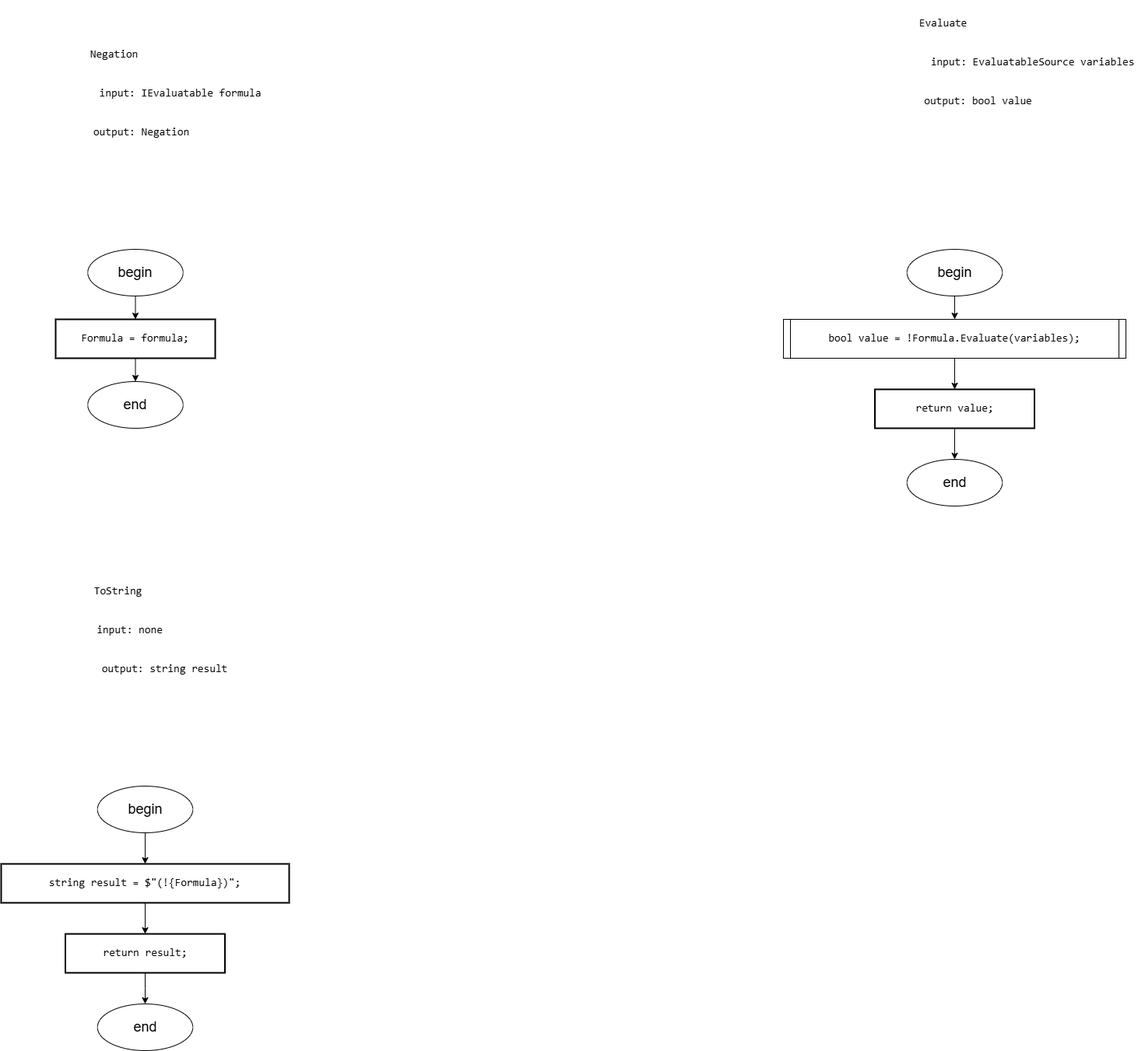
Earlier version of the draw.io export Diagrams/images/Negation.drawio.png (slavikovics/FictionalVariables). Source tidied: cells renumbered, new cells last; positions are measured from the earlier drawing's top-left corner, leaving out a move shared by most shapes.
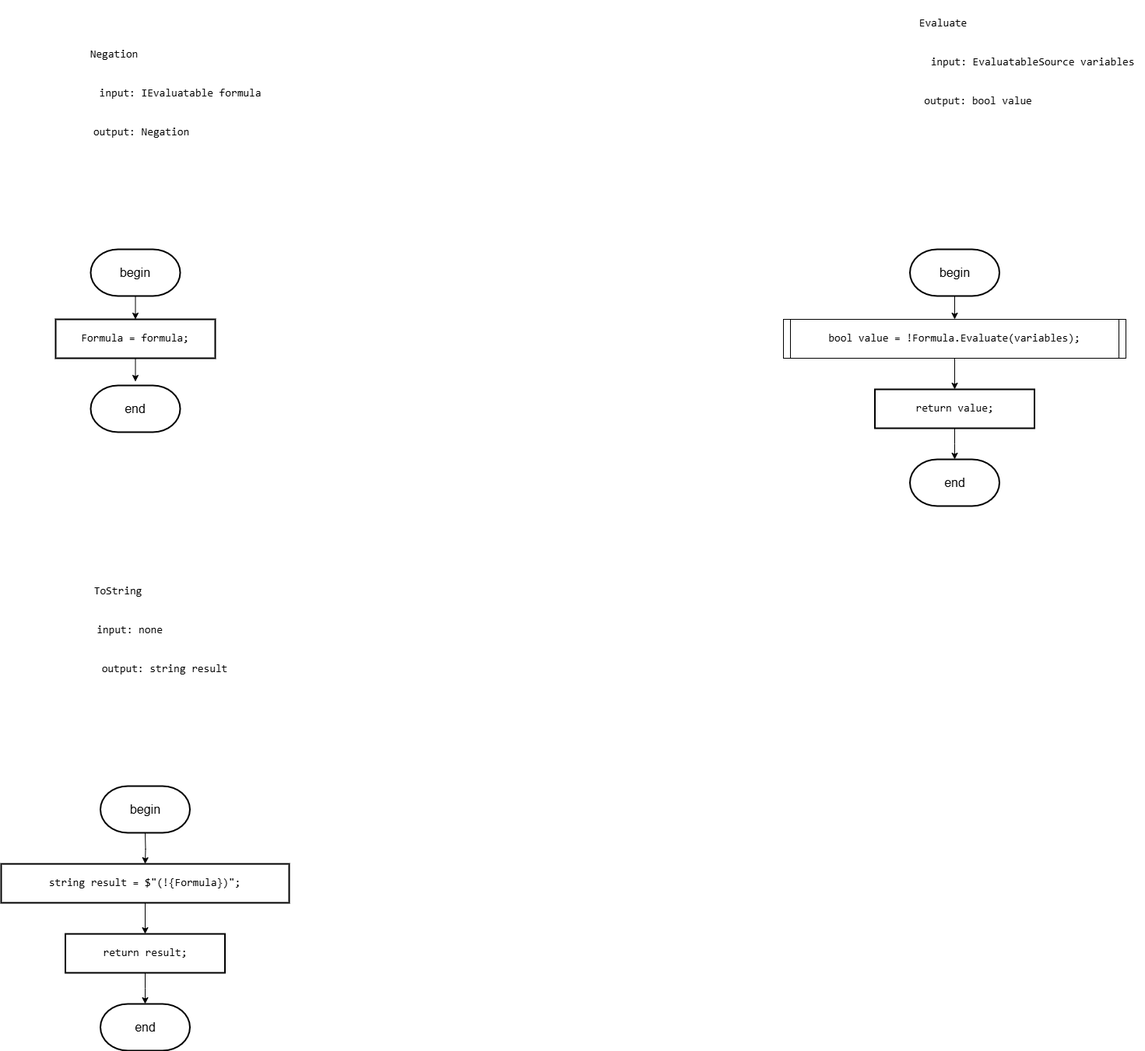
The same file after the commit.

Change to the diagram source:
```diff
@@ -5,8 +5,10 @@
     <mxCell id="2" value="&lt;pre style=&quot;font-family: &amp;quot;JetBrains Mono&amp;quot;, monospace;&quot;&gt;&lt;font style=&quot;&quot;&gt;Negation&lt;/font&gt;&lt;/pre&gt;" style="text;html=1;align=center;verticalAlign=middle;strokeColor=none;fillColor=none;fontSize=14;labelBackgroundColor=none;fontColor=#000000;" parent="1" vertex="1">
       <mxGeometry x="100" y="40" width="90" height="60" as="geometry" />
     </mxCell>
-    <mxCell id="3" style="edgeStyle=orthogonalEdgeStyle;rounded=0;jettySize=auto;html=1;exitX=0.5;exitY=1;exitDx=0;exitDy=0;entryX=0.5;entryY=0;entryDx=0;entryDy=0;" parent="1" edge="1" source="4" target="23">
-      <mxGeometry relative="1" as="geometry" />
+    <mxCell id="3" style="edgeStyle=orthogonalEdgeStyle;rounded=0;jettySize=auto;html=1;exitX=0.5;exitY=1;exitDx=0;exitDy=0;entryX=0.5;entryY=0;entryDx=0;entryDy=0;" parent="1" edge="1" source="4">
+      <mxGeometry relative="1" as="geometry">
+        <mxPoint x="172.5" y="490" as="targetPoint" />
+      </mxGeometry>
     </mxCell>
     <mxCell id="4" value="&lt;div style=&quot;&quot;&gt;&lt;pre style=&quot;font-family: &amp;quot;JetBrains Mono&amp;quot;, monospace;&quot;&gt;&lt;div&gt;&lt;pre style=&quot;font-family: &amp;quot;JetBrains Mono&amp;quot;, monospace;&quot;&gt;Formula = &lt;span style=&quot;&quot;&gt;formula&lt;/span&gt;;&lt;/pre&gt;&lt;/div&gt;&lt;/pre&gt;&lt;/div&gt;" style="rounded=0;whiteSpace=wrap;html=1;absoluteArcSize=1;arcSize=14;strokeWidth=2;fontSize=14;labelBackgroundColor=none;fontColor=#000000;" parent="1" vertex="1">
       <mxGeometry x="70" y="410" width="205" height="50" as="geometry" />
@@ -47,44 +49,54 @@
     <mxCell id="16" value="&lt;pre style=&quot;font-family: &amp;quot;JetBrains Mono&amp;quot;, monospace;&quot;&gt;&lt;div&gt;&lt;pre style=&quot;font-family: &amp;quot;JetBrains Mono&amp;quot;, monospace;&quot;&gt;&lt;span style=&quot;&quot;&gt;bool &lt;/span&gt;value = !Formula.Evaluate(variables);&lt;/pre&gt;&lt;/div&gt;&lt;/pre&gt;" style="shape=process;whiteSpace=wrap;html=1;backgroundOutline=1;size=0.0202020202020202;fontSize=14;labelBackgroundColor=none;fontColor=#000000;" parent="1" vertex="1">
       <mxGeometry x="1005" y="410" width="440" height="50" as="geometry" />
     </mxCell>
-    <mxCell id="17" style="edgeStyle=orthogonalEdgeStyle;rounded=0;jettySize=auto;html=1;exitX=0.5;exitY=1;exitDx=0;exitDy=0;entryX=0.5;entryY=0;entryDx=0;entryDy=0;" parent="1" edge="1" source="18" target="26">
-      <mxGeometry relative="1" as="geometry" />
+    <mxCell id="17" style="edgeStyle=orthogonalEdgeStyle;rounded=0;jettySize=auto;html=1;exitX=0.5;exitY=1;exitDx=0;exitDy=0;entryX=0.5;entryY=0;entryDx=0;entryDy=0;" parent="1" edge="1" source="18">
+      <mxGeometry relative="1" as="geometry">
+        <mxPoint x="1225" y="590" as="targetPoint" />
+      </mxGeometry>
     </mxCell>
     <mxCell id="18" value="&lt;div style=&quot;&quot;&gt;&lt;pre style=&quot;font-family: &amp;quot;JetBrains Mono&amp;quot;, monospace;&quot;&gt;&lt;pre style=&quot;font-family: &amp;quot;JetBrains Mono&amp;quot;, monospace;&quot;&gt;&lt;div&gt;&lt;pre style=&quot;font-family: &amp;quot;JetBrains Mono&amp;quot;, monospace;&quot;&gt;&lt;span style=&quot;&quot;&gt;return &lt;/span&gt;value;&lt;/pre&gt;&lt;/div&gt;&lt;/pre&gt;&lt;/pre&gt;&lt;/div&gt;" style="rounded=0;whiteSpace=wrap;html=1;absoluteArcSize=1;arcSize=14;strokeWidth=2;fontSize=14;labelBackgroundColor=none;fontColor=#000000;" parent="1" vertex="1">
       <mxGeometry x="1122.5" y="500" width="205" height="50" as="geometry" />
     </mxCell>
-    <mxCell id="19" style="edgeStyle=orthogonalEdgeStyle;rounded=0;jettySize=auto;html=1;exitX=0.5;exitY=1;exitDx=0;exitDy=0;" parent="1" edge="1" source="20" target="29">
-      <mxGeometry relative="1" as="geometry" />
+    <mxCell id="19" style="edgeStyle=orthogonalEdgeStyle;rounded=0;jettySize=auto;html=1;exitX=0.5;exitY=1;exitDx=0;exitDy=0;" parent="1" edge="1" source="20">
+      <mxGeometry relative="1" as="geometry">
+        <mxPoint x="185" y="1290" as="targetPoint" />
+      </mxGeometry>
     </mxCell>
     <mxCell id="20" value="&lt;div style=&quot;&quot;&gt;&lt;pre style=&quot;font-family: &amp;quot;JetBrains Mono&amp;quot;, monospace;&quot;&gt;&lt;pre style=&quot;font-family: &amp;quot;JetBrains Mono&amp;quot;, monospace;&quot;&gt;&lt;pre style=&quot;font-family: &amp;quot;JetBrains Mono&amp;quot;, monospace;&quot;&gt;&lt;span style=&quot;&quot;&gt;return &lt;/span&gt;result;&lt;br&gt;&lt;/pre&gt;&lt;/pre&gt;&lt;/pre&gt;&lt;/div&gt;" style="rounded=0;whiteSpace=wrap;html=1;absoluteArcSize=1;arcSize=14;strokeWidth=2;fontSize=14;labelBackgroundColor=none;fontColor=#000000;" parent="1" vertex="1">
       <mxGeometry x="82.5" y="1200" width="205" height="50" as="geometry" />
     </mxCell>
-    <mxCell id="21" style="edgeStyle=orthogonalEdgeStyle;rounded=0;jettySize=auto;html=1;exitX=0.5;exitY=1;exitDx=0;exitDy=0;entryX=0.5;entryY=0;entryDx=0;entryDy=0;" parent="1" edge="1" source="22" target="4">
-      <mxGeometry relative="1" as="geometry" />
+    <mxCell id="21" style="edgeStyle=orthogonalEdgeStyle;rounded=0;jettySize=auto;html=1;exitX=0.5;exitY=1;exitDx=0;exitDy=0;entryX=0.5;entryY=0;entryDx=0;entryDy=0;" parent="1" edge="1" target="4">
+      <mxGeometry relative="1" as="geometry">
+        <mxPoint x="172.5" y="380" as="sourcePoint" />
+      </mxGeometry>
     </mxCell>
-    <mxCell id="22" value="&lt;font style=&quot;font-size: 18px;&quot;&gt;begin&lt;/font&gt;" style="ellipse;whiteSpace=wrap;html=1;" parent="1" vertex="1">
-      <mxGeometry x="111.2" y="320" width="122.5" height="60" as="geometry" />
-    </mxCell>
-    <mxCell id="23" value="&lt;font style=&quot;font-size: 18px;&quot;&gt;end&lt;/font&gt;" style="ellipse;whiteSpace=wrap;html=1;" parent="1" vertex="1">
-      <mxGeometry x="111.2" y="490" width="122.5" height="60" as="geometry" />
-    </mxCell>
-    <mxCell id="24" style="edgeStyle=orthogonalEdgeStyle;rounded=0;jettySize=auto;html=1;exitX=0.5;exitY=1;exitDx=0;exitDy=0;entryX=0.5;entryY=0;entryDx=0;entryDy=0;" parent="1" edge="1" source="25" target="16">
-      <mxGeometry relative="1" as="geometry" />
+    <mxCell id="24" style="edgeStyle=orthogonalEdgeStyle;rounded=0;jettySize=auto;html=1;exitX=0.5;exitY=1;exitDx=0;exitDy=0;entryX=0.5;entryY=0;entryDx=0;entryDy=0;" parent="1" edge="1" target="16">
+      <mxGeometry relative="1" as="geometry">
+        <mxPoint x="1225" y="380" as="sourcePoint" />
+      </mxGeometry>
     </mxCell>
-    <mxCell id="25" value="&lt;font style=&quot;font-size: 18px;&quot;&gt;begin&lt;/font&gt;" style="ellipse;whiteSpace=wrap;html=1;" parent="1" vertex="1">
-      <mxGeometry x="1163.8" y="320" width="122.5" height="60" as="geometry" />
-    </mxCell>
-    <mxCell id="26" value="&lt;font style=&quot;font-size: 18px;&quot;&gt;end&lt;/font&gt;" style="ellipse;whiteSpace=wrap;html=1;" parent="1" vertex="1">
-      <mxGeometry x="1163.8" y="590" width="122.5" height="60" as="geometry" />
-    </mxCell>
-    <mxCell id="27" style="edgeStyle=orthogonalEdgeStyle;rounded=0;jettySize=auto;html=1;exitX=0.5;exitY=1;exitDx=0;exitDy=0;entryX=0.5;entryY=0;entryDx=0;entryDy=0;" parent="1" edge="1" source="28" target="12">
-      <mxGeometry relative="1" as="geometry" />
+    <mxCell id="27" style="edgeStyle=orthogonalEdgeStyle;rounded=0;jettySize=auto;html=1;exitX=0.5;exitY=1;exitDx=0;exitDy=0;entryX=0.5;entryY=0;entryDx=0;entryDy=0;" parent="1" edge="1" target="12">
+      <mxGeometry relative="1" as="geometry">
+        <mxPoint x="185" y="1070" as="sourcePoint" />
+      </mxGeometry>
     </mxCell>
-    <mxCell id="28" value="&lt;font style=&quot;font-size: 18px;&quot;&gt;begin&lt;/font&gt;" style="ellipse;whiteSpace=wrap;html=1;" parent="1" vertex="1">
-      <mxGeometry x="123.8" y="1010" width="122.5" height="60" as="geometry" />
-    </mxCell>
-    <mxCell id="29" value="&lt;font style=&quot;font-size: 18px;&quot;&gt;end&lt;/font&gt;" style="ellipse;whiteSpace=wrap;html=1;" parent="1" vertex="1">
-      <mxGeometry x="123.8" y="1290" width="122.5" height="60" as="geometry" />
-    </mxCell>
+    <mxCell id="30" value="&lt;font style=&quot;font-size: 16px;&quot;&gt;begin&lt;/font&gt;" style="strokeWidth=2;html=1;shape=mxgraph.flowchart.terminator;whiteSpace=wrap;" parent="1" vertex="1">
+      <mxGeometry x="115" y="320" width="115" height="60" as="geometry" />
+    </mxCell>
+    <mxCell id="31" value="&lt;font style=&quot;font-size: 16px;&quot;&gt;end&lt;/font&gt;" style="strokeWidth=2;html=1;shape=mxgraph.flowchart.terminator;whiteSpace=wrap;" parent="1" vertex="1">
+      <mxGeometry x="115" y="495" width="115" height="60" as="geometry" />
+    </mxCell>
+    <mxCell id="32" value="&lt;font style=&quot;font-size: 16px;&quot;&gt;begin&lt;/font&gt;" style="strokeWidth=2;html=1;shape=mxgraph.flowchart.terminator;whiteSpace=wrap;" parent="1" vertex="1">
+      <mxGeometry x="127.5" y="1010" width="115" height="60" as="geometry" />
+    </mxCell>
+    <mxCell id="33" value="&lt;font style=&quot;font-size: 16px;&quot;&gt;end&lt;/font&gt;" style="strokeWidth=2;html=1;shape=mxgraph.flowchart.terminator;whiteSpace=wrap;" parent="1" vertex="1">
+      <mxGeometry x="127.5" y="1290" width="115" height="60" as="geometry" />
+    </mxCell>
+    <mxCell id="34" value="&lt;font style=&quot;font-size: 16px;&quot;&gt;begin&lt;/font&gt;" style="strokeWidth=2;html=1;shape=mxgraph.flowchart.terminator;whiteSpace=wrap;" parent="1" vertex="1">
+      <mxGeometry x="1167.5" y="320" width="115" height="60" as="geometry" />
+    </mxCell>
+    <mxCell id="35" value="&lt;font style=&quot;font-size: 16px;&quot;&gt;end&lt;/font&gt;" style="strokeWidth=2;html=1;shape=mxgraph.flowchart.terminator;whiteSpace=wrap;" parent="1" vertex="1">
+      <mxGeometry x="1167.5" y="590" width="115" height="60" as="geometry" />
+    </mxCell>
   </root>
 </mxGraphModel>
```
